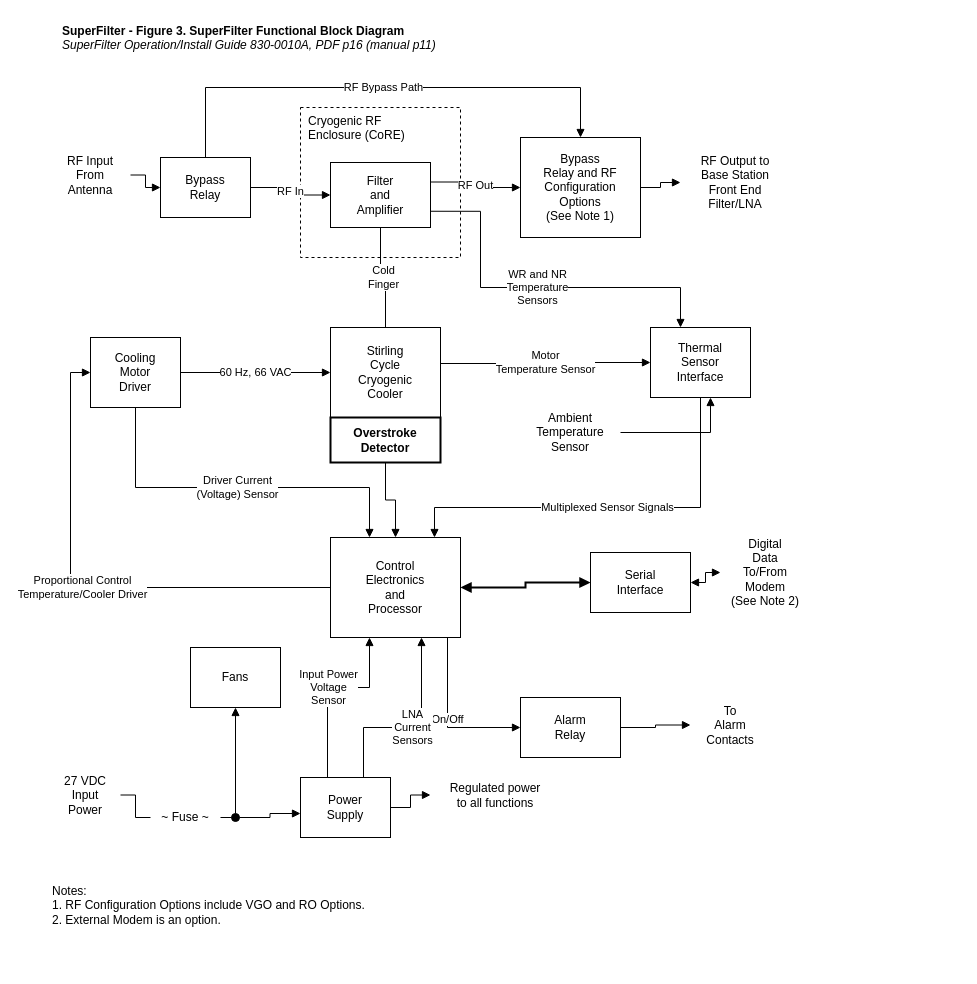
Earlier version of the draw.io diagram docs/oem-controller/manuals/diagrams/superfilter_fig3_functional_block.drawio (jhyland87/Cryocooler-Controller). Source tidied: cells renumbered, new cells numbered last; positions are measured from the earlier drawing's top-left corner, leaving out a move shared by most shapes. Both pictures are drawn from the tidied source at 100%, with x=0, y=0 at pixel (50, 17).
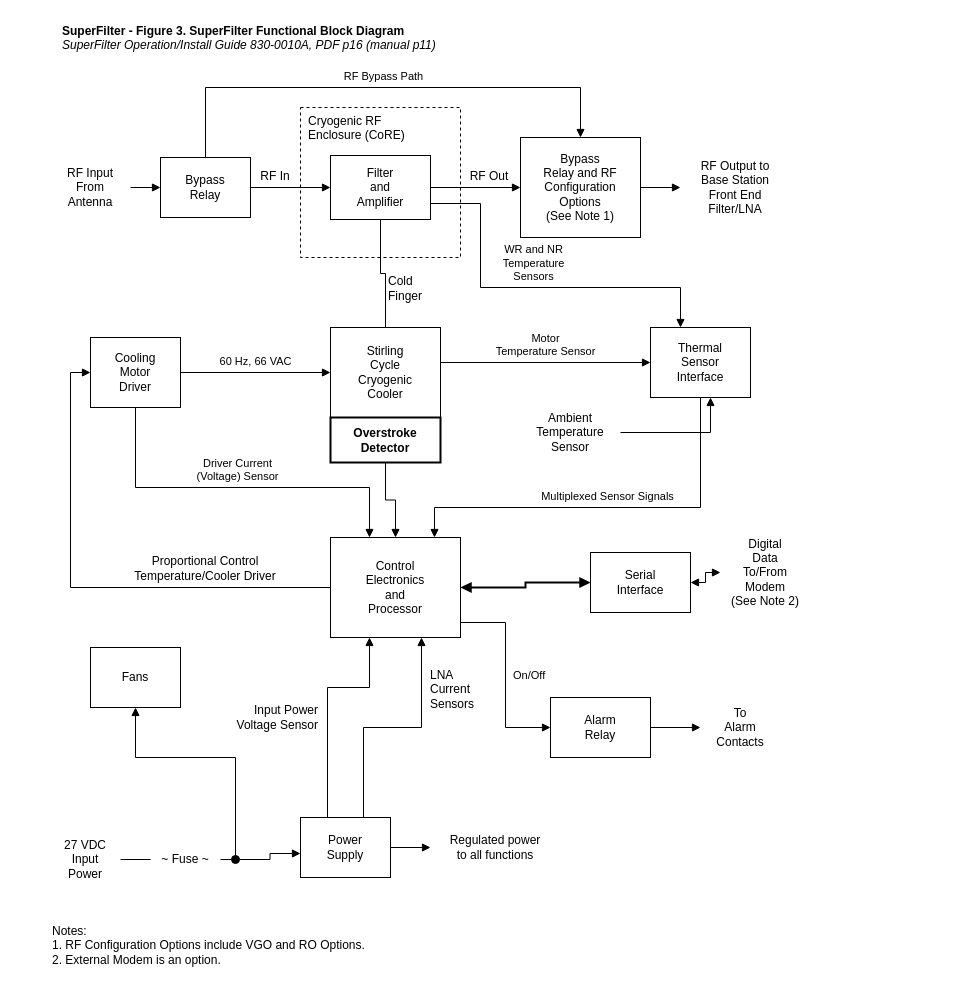
After the change.

The change refers to these unchanged cells:
```xml
<mxCell id="4" value="Bypass&lt;br&gt;Relay" style="rounded=0;whiteSpace=wrap;html=1;" parent="1" vertex="1">
  <mxGeometry x="110" y="140" width="90" height="60" as="geometry" />
</mxCell>
<mxCell id="7" value="Bypass&lt;br&gt;Relay and RF&lt;br&gt;Configuration&lt;br&gt;Options&lt;br&gt;(See Note 1)" style="rounded=0;whiteSpace=wrap;html=1;" parent="1" vertex="1">
  <mxGeometry x="470" y="120" width="120" height="100" as="geometry" />
</mxCell>
<mxCell id="9" value="Stirling&lt;br&gt;Cycle&lt;br&gt;Cryogenic&lt;br&gt;Cooler" style="rounded=0;whiteSpace=wrap;html=1;" parent="1" vertex="1">
  <mxGeometry x="280" y="310" width="110" height="90" as="geometry" />
</mxCell>
<mxCell id="11" value="Cooling&lt;br&gt;Motor&lt;br&gt;Driver" style="rounded=0;whiteSpace=wrap;html=1;" parent="1" vertex="1">
  <mxGeometry x="40" y="320" width="90" height="70" as="geometry" />
</mxCell>
<mxCell id="12" value="Thermal&lt;br&gt;Sensor&lt;br&gt;Interface" style="rounded=0;whiteSpace=wrap;html=1;" parent="1" vertex="1">
  <mxGeometry x="600" y="310" width="100" height="70" as="geometry" />
</mxCell>
<mxCell id="14" value="Control&lt;br&gt;Electronics&lt;br&gt;and&lt;br&gt;Processor" style="rounded=0;whiteSpace=wrap;html=1;" parent="1" vertex="1">
  <mxGeometry x="280" y="520" width="130" height="100" as="geometry" />
</mxCell>
```

The edit, as a diff of the source:
```diff
@@
     <mxCell id="3" value="RF Input&lt;br&gt;From&lt;br&gt;Antenna" style="text;html=1;align=center;verticalAlign=middle;whiteSpace=wrap;strokeColor=none;fillColor=none;" parent="1" vertex="1">
-      <mxGeometry y="130" width="80" height="55" as="geometry" />
+      <mxGeometry y="142" width="80" height="56" as="geometry" />
     </mxCell>
@@
     <mxCell id="6" value="Filter&lt;br&gt;and&lt;br&gt;Amplifier" style="rounded=0;whiteSpace=wrap;html=1;" parent="1" vertex="1">
-      <mxGeometry x="280" y="145" width="100" height="65" as="geometry" />
+      <mxGeometry x="280" y="138" width="100" height="64" as="geometry" />
     </mxCell>
@@
     <mxCell id="8" value="RF Output to&lt;br&gt;Base Station&lt;br&gt;Front End&lt;br&gt;Filter/LNA" style="text;html=1;align=center;verticalAlign=middle;whiteSpace=wrap;strokeColor=none;fillColor=none;" parent="1" vertex="1">
-      <mxGeometry x="630" y="130" width="110" height="70" as="geometry" />
+      <mxGeometry x="630" y="135" width="110" height="70" as="geometry" />
     </mxCell>
@@
     <mxCell id="17" value="Fans" style="rounded=0;whiteSpace=wrap;html=1;" parent="1" vertex="1">
-      <mxGeometry x="140" y="630" width="90" height="60" as="geometry" />
+      <mxGeometry x="40" y="630" width="90" height="60" as="geometry" />
     </mxCell>
     <mxCell id="18" value="Alarm&lt;br&gt;Relay" style="rounded=0;whiteSpace=wrap;html=1;" parent="1" vertex="1">
-      <mxGeometry x="470" y="680" width="100" height="60" as="geometry" />
+      <mxGeometry x="500" y="680" width="100" height="60" as="geometry" />
     </mxCell>
     <mxCell id="19" value="To&lt;br&gt;Alarm&lt;br&gt;Contacts" style="text;html=1;align=center;verticalAlign=middle;whiteSpace=wrap;strokeColor=none;fillColor=none;" parent="1" vertex="1">
-      <mxGeometry x="640" y="680" width="80" height="55" as="geometry" />
+      <mxGeometry x="650" y="682" width="80" height="56" as="geometry" />
     </mxCell>
     <mxCell id="20" value="Power&lt;br&gt;Supply" style="rounded=0;whiteSpace=wrap;html=1;" parent="1" vertex="1">
-      <mxGeometry x="250" y="760" width="90" height="60" as="geometry" />
+      <mxGeometry x="250" y="800" width="90" height="60" as="geometry" />
     </mxCell>
     <mxCell id="21" value="Regulated power&lt;br&gt;to all functions" style="text;html=1;align=center;verticalAlign=middle;whiteSpace=wrap;strokeColor=none;fillColor=none;" parent="1" vertex="1">
-      <mxGeometry x="380" y="760" width="130" height="35" as="geometry" />
+      <mxGeometry x="380" y="812" width="130" height="36" as="geometry" />
     </mxCell>
     <mxCell id="22" value="27 VDC&lt;br&gt;Input&lt;br&gt;Power" style="text;html=1;align=center;verticalAlign=middle;whiteSpace=wrap;strokeColor=none;fillColor=none;" parent="1" vertex="1">
-      <mxGeometry y="750" width="70" height="55" as="geometry" />
+      <mxGeometry y="814" width="70" height="56" as="geometry" />
     </mxCell>
     <mxCell id="23" value="~ Fuse ~" style="text;html=1;align=center;verticalAlign=middle;whiteSpace=wrap;strokeColor=none;fillColor=none;" parent="1" vertex="1">
-      <mxGeometry x="100" y="790" width="70" height="20" as="geometry" />
+      <mxGeometry x="100" y="832" width="70" height="20" as="geometry" />
     </mxCell>
     <mxCell id="24" style="ellipse;html=1;fillColor=#000000;strokeColor=#000000;" parent="1" vertex="1">
-      <mxGeometry x="181" y="796" width="8" height="8" as="geometry" />
+      <mxGeometry x="181" y="838" width="8" height="8" as="geometry" />
     </mxCell>
     <mxCell id="25" value="Notes:&lt;br&gt;1. RF Configuration Options include VGO and RO Options.&lt;br&gt;2. External Modem is an option." style="text;html=1;align=left;verticalAlign=top;whiteSpace=wrap;strokeColor=none;fillColor=none;" parent="1" vertex="1">
-      <mxGeometry y="860" width="600" height="50" as="geometry" />
+      <mxGeometry y="900" width="600" height="50" as="geometry" />
     </mxCell>
@@
-    <mxCell id="27" value="RF In" style="edgeStyle=orthogonalEdgeStyle;rounded=0;html=1;endArrow=block;endFill=1;" parent="1" edge="1" source="4" target="6">
+    <mxCell id="27" style="edgeStyle=orthogonalEdgeStyle;rounded=0;html=1;endArrow=block;endFill=1;" parent="1" edge="1" source="4" target="6">
       <mxGeometry relative="1" as="geometry" />
     </mxCell>
+    <mxCell id="51" value="RF In" style="text;html=1;align=center;verticalAlign=middle;whiteSpace=wrap;strokeColor=none;fillColor=none;" parent="1" vertex="1">
+      <mxGeometry x="204" y="150" width="42" height="18" as="geometry" />
+    </mxCell>
-    <mxCell id="28" value="RF Out" style="edgeStyle=orthogonalEdgeStyle;rounded=0;html=1;endArrow=block;endFill=1;exitX=1;exitY=0.3;exitDx=0;exitDy=0;entryX=0;entryY=0.5;entryDx=0;entryDy=0;" parent="1" edge="1" source="6" target="7">
+    <mxCell id="28" style="edgeStyle=orthogonalEdgeStyle;rounded=0;html=1;endArrow=block;endFill=1;exitX=1;exitY=0.5;exitDx=0;exitDy=0;entryX=0;entryY=0.5;entryDx=0;entryDy=0;" parent="1" edge="1" source="6" target="7">
       <mxGeometry relative="1" as="geometry" />
     </mxCell>
+    <mxCell id="52" value="RF Out" style="text;html=1;align=center;verticalAlign=middle;whiteSpace=wrap;strokeColor=none;fillColor=none;" parent="1" vertex="1">
+      <mxGeometry x="414" y="150" width="50" height="18" as="geometry" />
+    </mxCell>
@@
-    <mxCell id="30" value="RF Bypass Path" style="edgeStyle=orthogonalEdgeStyle;rounded=0;html=1;endArrow=block;endFill=1;exitX=0.5;exitY=0;exitDx=0;exitDy=0;entryX=0.5;entryY=0;entryDx=0;entryDy=0;" parent="1" edge="1" source="4" target="7">
+    <mxCell id="30" value="RF Bypass Path" style="edgeStyle=orthogonalEdgeStyle;rounded=0;html=1;endArrow=block;endFill=1;exitX=0.5;exitY=0;exitDx=0;exitDy=0;entryX=0.5;entryY=0;entryDx=0;entryDy=0;verticalAlign=bottom;labelBackgroundColor=none;spacingBottom=2;" parent="1" edge="1" source="4" target="7">
       <mxGeometry relative="1" as="geometry">
         <Array as="points">
           <mxPoint x="155" y="70" />
           <mxPoint x="530" y="70" />
         </Array>
       </mxGeometry>
     </mxCell>
-    <mxCell id="31" value="Cold&lt;br&gt;Finger" style="edgeStyle=orthogonalEdgeStyle;rounded=0;html=1;endArrow=block;endFill=1;endArrow=none;" parent="1" edge="1" source="6" target="9">
+    <mxCell id="31" style="edgeStyle=orthogonalEdgeStyle;rounded=0;html=1;endArrow=block;endFill=1;endArrow=none;" parent="1" edge="1" source="6" target="9">
       <mxGeometry relative="1" as="geometry" />
     </mxCell>
+    <mxCell id="53" value="Cold&lt;br&gt;Finger" style="text;html=1;align=center;verticalAlign=middle;whiteSpace=wrap;strokeColor=none;fillColor=none;align=left;" parent="1" vertex="1">
+      <mxGeometry x="336" y="256" width="50" height="30" as="geometry" />
+    </mxCell>
-    <mxCell id="32" value="WR and NR&lt;br&gt;Temperature&lt;br&gt;Sensors" style="edgeStyle=orthogonalEdgeStyle;rounded=0;html=1;endArrow=block;endFill=1;exitX=1;exitY=0.75;exitDx=0;exitDy=0;entryX=0.3;entryY=0;entryDx=0;entryDy=0;" parent="1" edge="1" source="6" target="12">
+    <mxCell id="32" value="WR and NR&lt;br&gt;Temperature&lt;br&gt;Sensors" style="edgeStyle=orthogonalEdgeStyle;rounded=0;html=1;endArrow=block;endFill=1;exitX=1;exitY=0.75;exitDx=0;exitDy=0;entryX=0.3;entryY=0;entryDx=0;entryDy=0;verticalAlign=bottom;labelBackgroundColor=none;spacingBottom=2;" parent="1" edge="1" source="6" target="12">
       <mxGeometry relative="1" as="geometry">
         <Array as="points">
-          <mxPoint x="430" y="194" />
+          <mxPoint x="430" y="186" />
           <mxPoint x="430" y="270" />
           <mxPoint x="630" y="270" />
         </Array>
       </mxGeometry>
     </mxCell>
-    <mxCell id="33" value="Motor&lt;br&gt;Temperature Sensor" style="edgeStyle=orthogonalEdgeStyle;rounded=0;html=1;endArrow=block;endFill=1;exitX=1;exitY=0.4;exitDx=0;exitDy=0;" parent="1" edge="1" source="9" target="12">
+    <mxCell id="33" value="Motor&lt;br&gt;Temperature Sensor" style="edgeStyle=orthogonalEdgeStyle;rounded=0;html=1;endArrow=block;endFill=1;exitX=1;exitY=0.3889;exitDx=0;exitDy=0;entryX=0;entryY=0.5;entryDx=0;entryDy=0;verticalAlign=bottom;labelBackgroundColor=none;spacingBottom=2;" parent="1" edge="1" source="9" target="12">
       <mxGeometry relative="1" as="geometry" />
     </mxCell>
@@
-    <mxCell id="35" value="60 Hz, 66 VAC" style="edgeStyle=orthogonalEdgeStyle;rounded=0;html=1;endArrow=block;endFill=1;" parent="1" edge="1" source="11" target="9">
+    <mxCell id="35" value="60 Hz, 66 VAC" style="edgeStyle=orthogonalEdgeStyle;rounded=0;html=1;endArrow=block;endFill=1;verticalAlign=bottom;labelBackgroundColor=none;spacingBottom=2;" parent="1" edge="1" source="11" target="9">
       <mxGeometry relative="1" as="geometry" />
     </mxCell>
-    <mxCell id="36" value="Driver Current&lt;br&gt;(Voltage) Sensor" style="edgeStyle=orthogonalEdgeStyle;rounded=0;html=1;endArrow=block;endFill=1;exitX=0.5;exitY=1;exitDx=0;exitDy=0;entryX=0.3;entryY=0;entryDx=0;entryDy=0;" parent="1" edge="1" source="11" target="14">
+    <mxCell id="36" value="Driver Current&lt;br&gt;(Voltage) Sensor" style="edgeStyle=orthogonalEdgeStyle;rounded=0;html=1;endArrow=block;endFill=1;exitX=0.5;exitY=1;exitDx=0;exitDy=0;entryX=0.3;entryY=0;entryDx=0;entryDy=0;verticalAlign=bottom;labelBackgroundColor=none;spacingBottom=2;" parent="1" edge="1" source="11" target="14">
       <mxGeometry relative="1" as="geometry">
         <Array as="points">
           <mxPoint x="85" y="470" />
           <mxPoint x="319" y="470" />
         </Array>
       </mxGeometry>
     </mxCell>
@@
-    <mxCell id="38" value="Multiplexed Sensor Signals" style="edgeStyle=orthogonalEdgeStyle;rounded=0;html=1;endArrow=block;endFill=1;exitX=0.5;exitY=1;exitDx=0;exitDy=0;entryX=0.8;entryY=0;entryDx=0;entryDy=0;" parent="1" edge="1" source="12" target="14">
+    <mxCell id="38" value="Multiplexed Sensor Signals" style="edgeStyle=orthogonalEdgeStyle;rounded=0;html=1;endArrow=block;endFill=1;exitX=0.5;exitY=1;exitDx=0;exitDy=0;entryX=0.8;entryY=0;entryDx=0;entryDy=0;verticalAlign=bottom;labelBackgroundColor=none;spacingBottom=2;" parent="1" edge="1" source="12" target="14">
       <mxGeometry relative="1" as="geometry">
         <Array as="points">
           <mxPoint x="650" y="490" />
           <mxPoint x="384" y="490" />
         </Array>
       </mxGeometry>
     </mxCell>
-    <mxCell id="39" value="Proportional Control&lt;br&gt;Temperature/Cooler Driver" style="edgeStyle=orthogonalEdgeStyle;rounded=0;html=1;endArrow=block;endFill=1;exitX=0;exitY=0.5;exitDx=0;exitDy=0;entryX=0;entryY=0.5;entryDx=0;entryDy=0;" parent="1" edge="1" source="14" target="11">
+    <mxCell id="39" style="edgeStyle=orthogonalEdgeStyle;rounded=0;html=1;endArrow=block;endFill=1;exitX=0;exitY=0.5;exitDx=0;exitDy=0;entryX=0;entryY=0.5;entryDx=0;entryDy=0;" parent="1" edge="1" source="14" target="11">
       <mxGeometry relative="1" as="geometry">
         <Array as="points">
           <mxPoint x="20" y="570" />
           <mxPoint x="20" y="355" />
         </Array>
       </mxGeometry>
     </mxCell>
+    <mxCell id="54" value="Proportional Control&lt;br&gt;Temperature/Cooler Driver" style="text;html=1;align=center;verticalAlign=middle;whiteSpace=wrap;strokeColor=none;fillColor=none;" parent="1" vertex="1">
+      <mxGeometry x="70" y="536" width="170" height="30" as="geometry" />
+    </mxCell>
@@
-    <mxCell id="42" value="On/Off" style="edgeStyle=orthogonalEdgeStyle;rounded=0;html=1;endArrow=block;endFill=1;exitX=0.9;exitY=1;exitDx=0;exitDy=0;entryX=0;entryY=0.5;entryDx=0;entryDy=0;" parent="1" edge="1" source="14" target="18">
-      <mxGeometry relative="1" as="geometry">
-        <Array as="points">
-          <mxPoint x="397" y="710" />
-        </Array>
-      </mxGeometry>
+    <mxCell id="42" value="On/Off" style="edgeStyle=orthogonalEdgeStyle;rounded=0;html=1;endArrow=block;endFill=1;exitX=1;exitY=0.85;exitDx=0;exitDy=0;entryX=0;entryY=0.5;entryDx=0;entryDy=0;align=left;verticalAlign=middle;labelBackgroundColor=none;spacingLeft=6;" parent="1" edge="1" source="14" target="18">
+      <mxGeometry relative="1" as="geometry" />
     </mxCell>
@@
-    <mxCell id="44" value="Input Power&lt;br&gt;Voltage&lt;br&gt;Sensor" style="edgeStyle=orthogonalEdgeStyle;rounded=0;html=1;endArrow=block;endFill=1;exitX=0.3;exitY=0;exitDx=0;exitDy=0;entryX=0.3;entryY=1;entryDx=0;entryDy=0;" parent="1" edge="1" source="20" target="14">
+    <mxCell id="44" style="edgeStyle=orthogonalEdgeStyle;rounded=0;html=1;endArrow=block;endFill=1;exitX=0.3;exitY=0;exitDx=0;exitDy=0;entryX=0.3;entryY=1;entryDx=0;entryDy=0;" parent="1" edge="1" source="20" target="14">
       <mxGeometry relative="1" as="geometry">
         <Array as="points">
           <mxPoint x="277" y="670" />
           <mxPoint x="319" y="670" />
         </Array>
       </mxGeometry>
     </mxCell>
+    <mxCell id="55" value="Input Power&lt;br&gt;Voltage Sensor" style="text;html=1;align=center;verticalAlign=middle;whiteSpace=wrap;strokeColor=none;fillColor=none;align=right;" parent="1" vertex="1">
+      <mxGeometry x="170" y="685" width="100" height="30" as="geometry" />
+    </mxCell>
-    <mxCell id="45" value="LNA&lt;br&gt;Current&lt;br&gt;Sensors" style="edgeStyle=orthogonalEdgeStyle;rounded=0;html=1;endArrow=block;endFill=1;exitX=0.7;exitY=0;exitDx=0;exitDy=0;entryX=0.7;entryY=1;entryDx=0;entryDy=0;" parent="1" edge="1" source="20" target="14">
+    <mxCell id="45" style="edgeStyle=orthogonalEdgeStyle;rounded=0;html=1;endArrow=block;endFill=1;exitX=0.7;exitY=0;exitDx=0;exitDy=0;entryX=0.7;entryY=1;entryDx=0;entryDy=0;" parent="1" edge="1" source="20" target="14">
       <mxGeometry relative="1" as="geometry">
         <Array as="points">
           <mxPoint x="313" y="710" />
           <mxPoint x="371" y="710" />
         </Array>
       </mxGeometry>
     </mxCell>
+    <mxCell id="56" value="LNA&lt;br&gt;Current&lt;br&gt;Sensors" style="text;html=1;align=center;verticalAlign=middle;whiteSpace=wrap;strokeColor=none;fillColor=none;align=left;" parent="1" vertex="1">
+      <mxGeometry x="378" y="650" width="58" height="44" as="geometry" />
+    </mxCell>
@@
     <mxCell id="50" style="edgeStyle=orthogonalEdgeStyle;rounded=0;html=1;endArrow=block;endFill=1;entryX=0.5;entryY=1;entryDx=0;entryDy=0;" parent="1" edge="1" source="24" target="17">
-      <mxGeometry relative="1" as="geometry" />
+      <mxGeometry relative="1" as="geometry">
+        <Array as="points">
+          <mxPoint x="185" y="740" />
+          <mxPoint x="85" y="740" />
+        </Array>
+      </mxGeometry>
     </mxCell>
```
